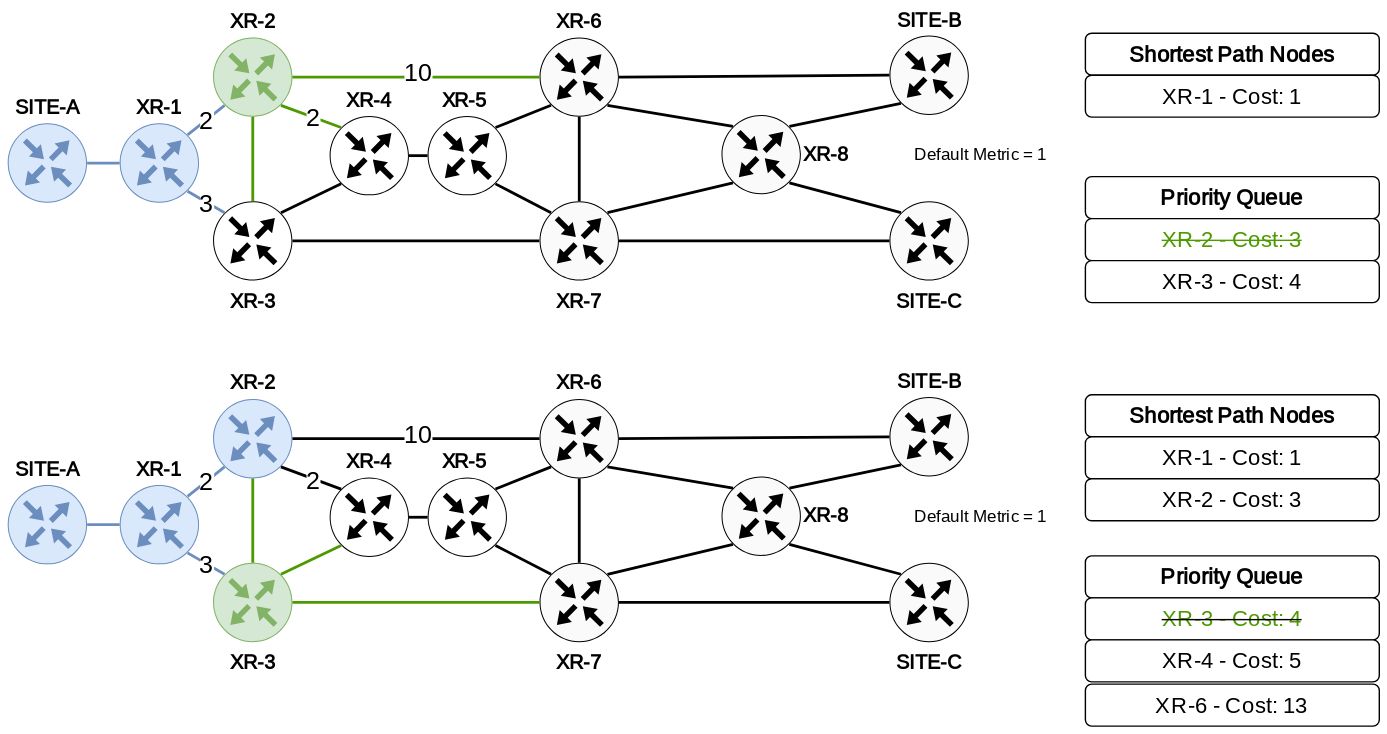
This is docs/images/Hawkv6-HawkEye-ShortestPath-Overview.drawio.svg from hawkv6/hawkeye, a draw.io export, as it was before one commit. Source tidied: cells renumbered, new cells last; positions are measured from the earlier drawing's top-left corner, leaving out a move shared by most shapes.
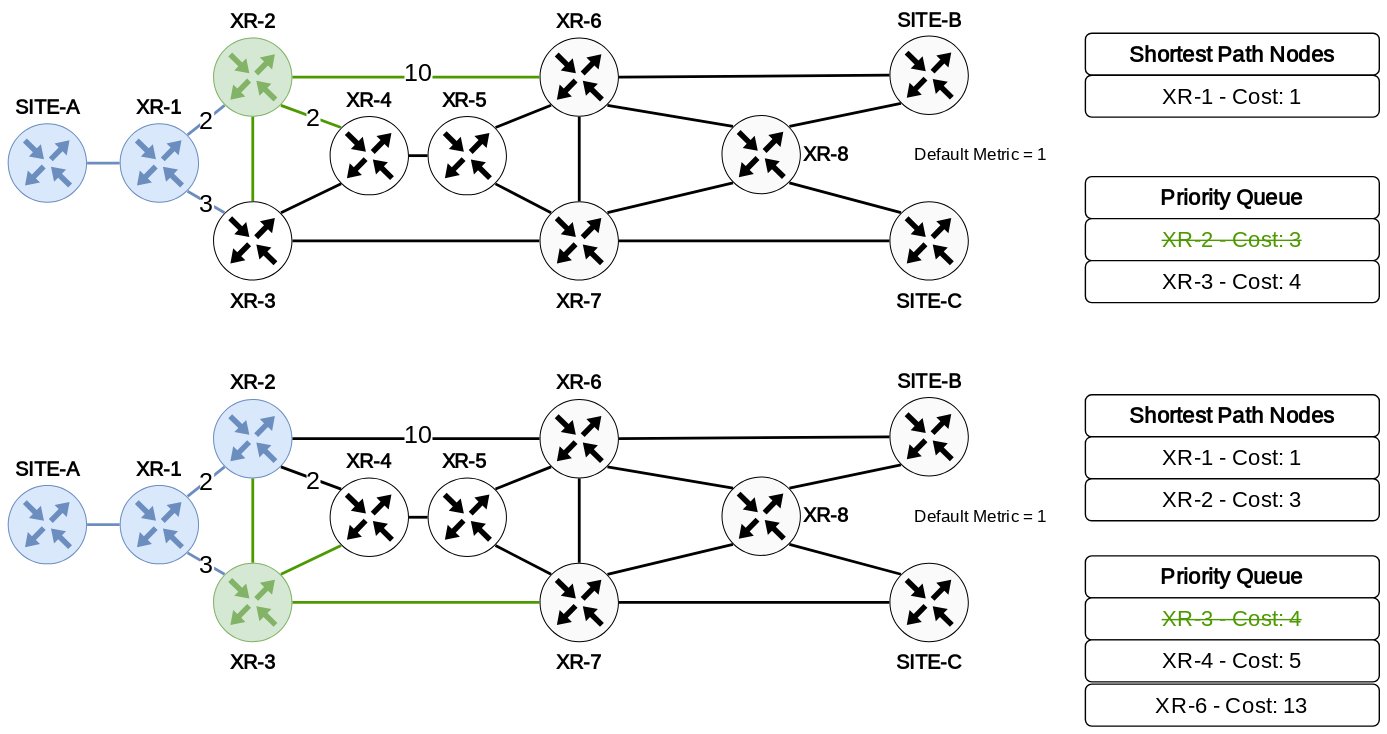
After the change.

Diff of the diagram source:
```diff
@@ -230,7 +230,7 @@
     <mxCell id="73" value="&lt;font face=&quot;Montserrat&quot;&gt;Default Metric = 1&lt;/font&gt;" style="text;html=1;align=center;verticalAlign=middle;strokeColor=none;fillColor=none;" parent="1" vertex="1">
       <mxGeometry x="630" y="330.9" width="130" height="30" as="geometry" />
     </mxCell>
-    <mxCell id="74" value="&lt;span style=&quot;font-family: Montserrat; font-size: 16px;&quot;&gt;&lt;strike&gt;&lt;font color=&quot;#4d9900&quot;&gt;XR-3 - Cost: 4&lt;/font&gt;&lt;/strike&gt;&lt;/span&gt;" style="rounded=1;whiteSpace=wrap;html=1;" parent="1" vertex="1">
+    <mxCell id="74" value="&lt;span style=&quot;font-family: Montserrat; font-size: 16px;&quot;&gt;&lt;font style=&quot;&quot; color=&quot;#4d9900&quot;&gt;&lt;strike&gt;XR-3 - Cost: 4&lt;/strike&gt;&lt;/font&gt;&lt;/span&gt;" style="rounded=1;whiteSpace=wrap;html=1;" parent="1" vertex="1">
       <mxGeometry x="770" y="403.5" width="210" height="30" as="geometry" />
     </mxCell>
     <mxCell id="75" value="&lt;font style=&quot;font-size: 16px;&quot; face=&quot;Montserrat&quot;&gt;XR-4 - Cost: 5&lt;/font&gt;" style="rounded=1;whiteSpace=wrap;html=1;" parent="1" vertex="1">
```
